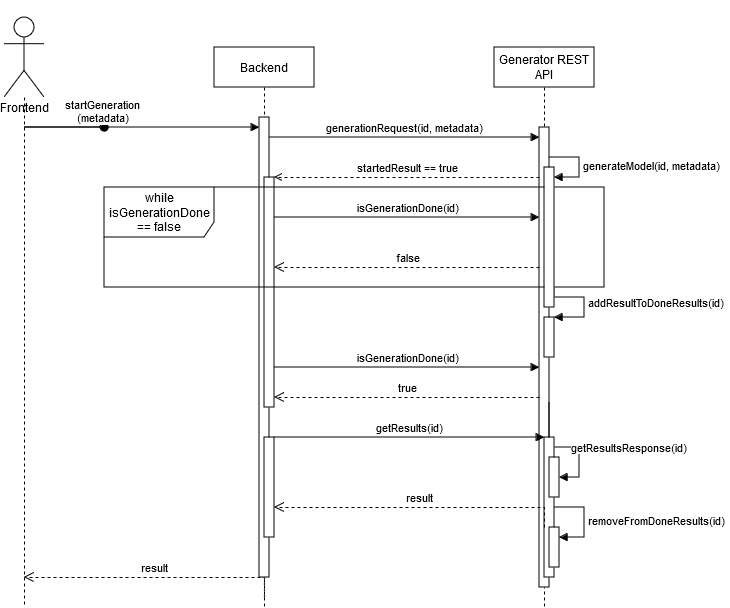
Above: src/include/imgs/rest_long_poll.png in gergobuzas/thesis-latex (draw.io), before the change. Source tidied: cells renumbered, new cells last; positions are measured from the earlier drawing's top-left corner, leaving out a move shared by most shapes.
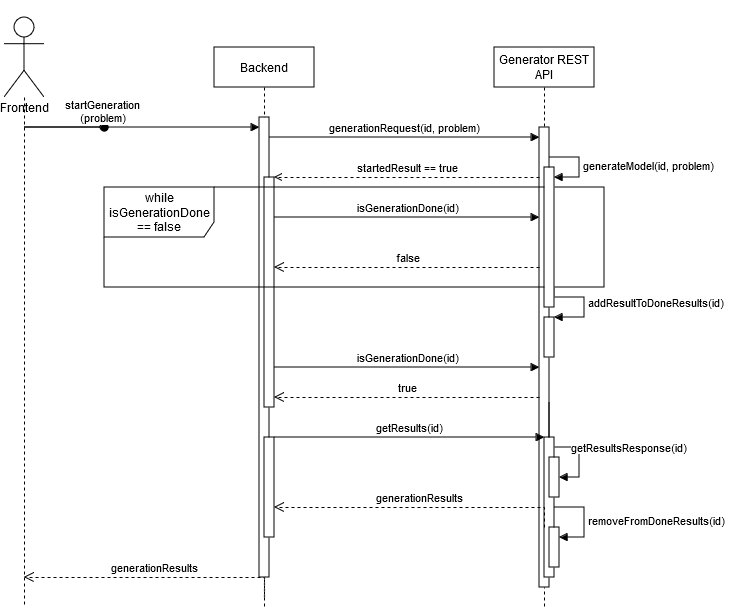
Later version of the same file.

What changed in the source:
```diff
@@ -61,7 +61,7 @@
         </Array>
       </mxGeometry>
     </mxCell>
-    <mxCell id="15" value="&lt;div&gt;generationRequest(id, metadata)&lt;/div&gt;" style="html=1;verticalAlign=bottom;endArrow=block;edgeStyle=elbowEdgeStyle;elbow=vertical;curved=0;rounded=0;" parent="1" edge="1" source="3" target="7">
+    <mxCell id="15" value="&lt;div&gt;generationRequest(id, problem)&lt;/div&gt;" style="html=1;verticalAlign=bottom;endArrow=block;edgeStyle=elbowEdgeStyle;elbow=vertical;curved=0;rounded=0;" parent="1" edge="1" source="3" target="7">
       <mxGeometry relative="1" as="geometry">
         <Array as="points">
           <mxPoint x="270" y="120" />
@@ -82,7 +82,7 @@
         </Array>
       </mxGeometry>
     </mxCell>
-    <mxCell id="18" value="&lt;div&gt;startGeneration&lt;/div&gt;(metadata)" style="html=1;verticalAlign=bottom;startArrow=oval;endArrow=block;startSize=8;edgeStyle=elbowEdgeStyle;elbow=vertical;curved=0;rounded=0;" parent="1" edge="1" target="3">
+    <mxCell id="18" value="&lt;div&gt;startGeneration&lt;/div&gt;(problem)" style="html=1;verticalAlign=bottom;startArrow=oval;endArrow=block;startSize=8;edgeStyle=elbowEdgeStyle;elbow=vertical;curved=0;rounded=0;" parent="1" edge="1" target="3">
       <mxGeometry relative="1" as="geometry">
         <mxPoint x="100" y="110" as="sourcePoint" />
         <Array as="points">
@@ -131,7 +131,7 @@
     <mxCell id="24" style="html=1;points=[[0,0,0,0,5],[0,1,0,0,-5],[1,0,0,0,5],[1,1,0,0,-5]];perimeter=orthogonalPerimeter;outlineConnect=0;targetShapes=umlLifeline;portConstraint=eastwest;newEdgeStyle={&quot;curved&quot;:0,&quot;rounded&quot;:0};" parent="1" vertex="1">
       <mxGeometry x="540" y="150" width="10" height="140" as="geometry" />
     </mxCell>
-    <mxCell id="25" value="generateModel(id, metadata)" style="html=1;align=left;spacingLeft=2;endArrow=block;rounded=0;edgeStyle=orthogonalEdgeStyle;curved=0;rounded=0;" parent="1" edge="1" target="24">
+    <mxCell id="25" value="generateModel(id, problem)" style="html=1;align=left;spacingLeft=2;endArrow=block;rounded=0;edgeStyle=orthogonalEdgeStyle;curved=0;rounded=0;" parent="1" edge="1" target="24">
       <mxGeometry relative="1" as="geometry">
         <mxPoint x="545" y="140" as="sourcePoint" />
         <Array as="points">
@@ -140,7 +140,7 @@
         </Array>
       </mxGeometry>
     </mxCell>
-    <mxCell id="26" value="result" style="html=1;verticalAlign=bottom;endArrow=open;dashed=1;endSize=8;edgeStyle=elbowEdgeStyle;elbow=vertical;curved=0;rounded=0;" parent="1" edge="1" target="5">
+    <mxCell id="26" value="generationResults" style="html=1;verticalAlign=bottom;endArrow=open;dashed=1;endSize=8;edgeStyle=elbowEdgeStyle;elbow=vertical;curved=0;rounded=0;" parent="1" edge="1" target="5">
       <mxGeometry relative="1" as="geometry">
         <mxPoint x="540" y="510" as="sourcePoint" />
         <Array as="points">
@@ -149,7 +149,7 @@
         </Array>
       </mxGeometry>
     </mxCell>
-    <mxCell id="27" value="result" style="html=1;verticalAlign=bottom;endArrow=open;dashed=1;endSize=8;edgeStyle=elbowEdgeStyle;elbow=vertical;curved=0;rounded=0;" parent="1" edge="1" target="28">
+    <mxCell id="27" value="generationResults" style="html=1;verticalAlign=bottom;endArrow=open;dashed=1;endSize=8;edgeStyle=elbowEdgeStyle;elbow=vertical;curved=0;rounded=0;" parent="1" edge="1" target="28">
       <mxGeometry relative="1" as="geometry">
         <mxPoint x="260" y="580" as="sourcePoint" />
         <Array as="points">
```
